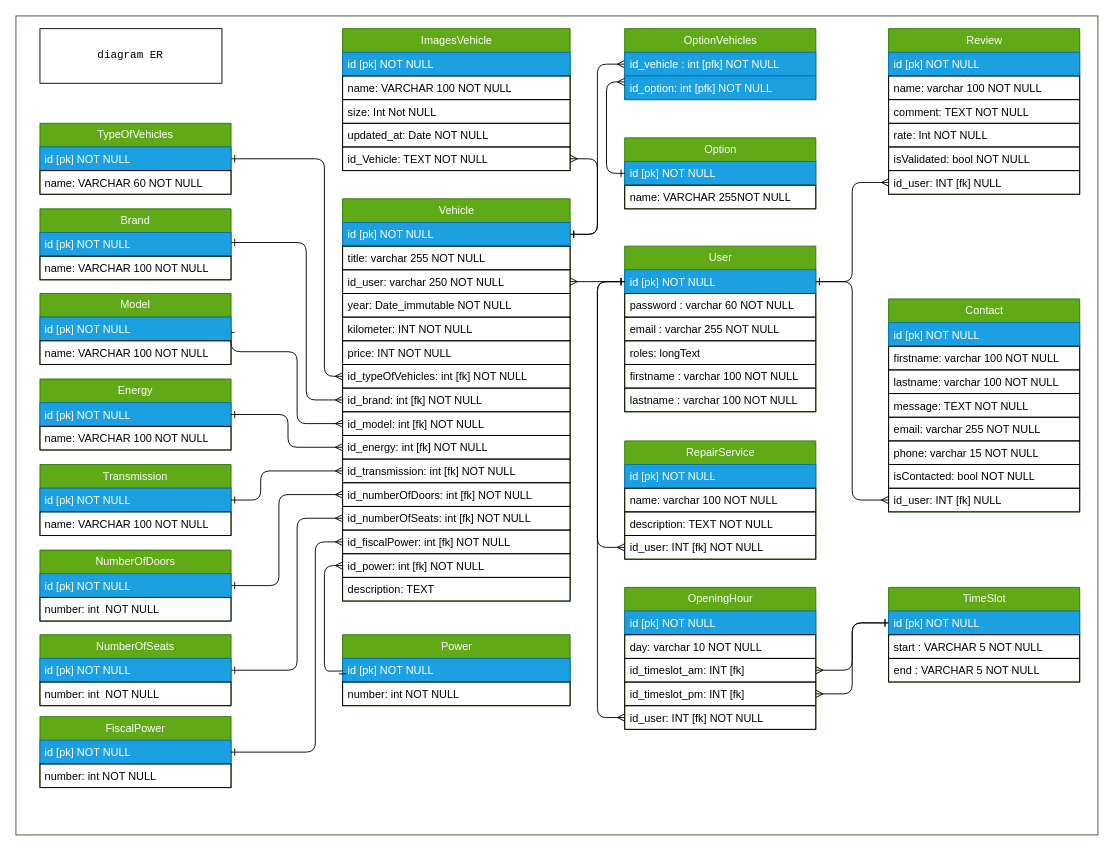
Above: documentations/DIO/diag-ER.dio in SandrineOrieux/Garage-V-Parrot (draw.io), before the change. Source tidied: cells renumbered, new cells numbered last; positions are measured from the earlier drawing's top-left corner, leaving out a move shared by most shapes. Both pictures are drawn from the tidied source at 91%, with x=0, y=0 at pixel (15, 15).
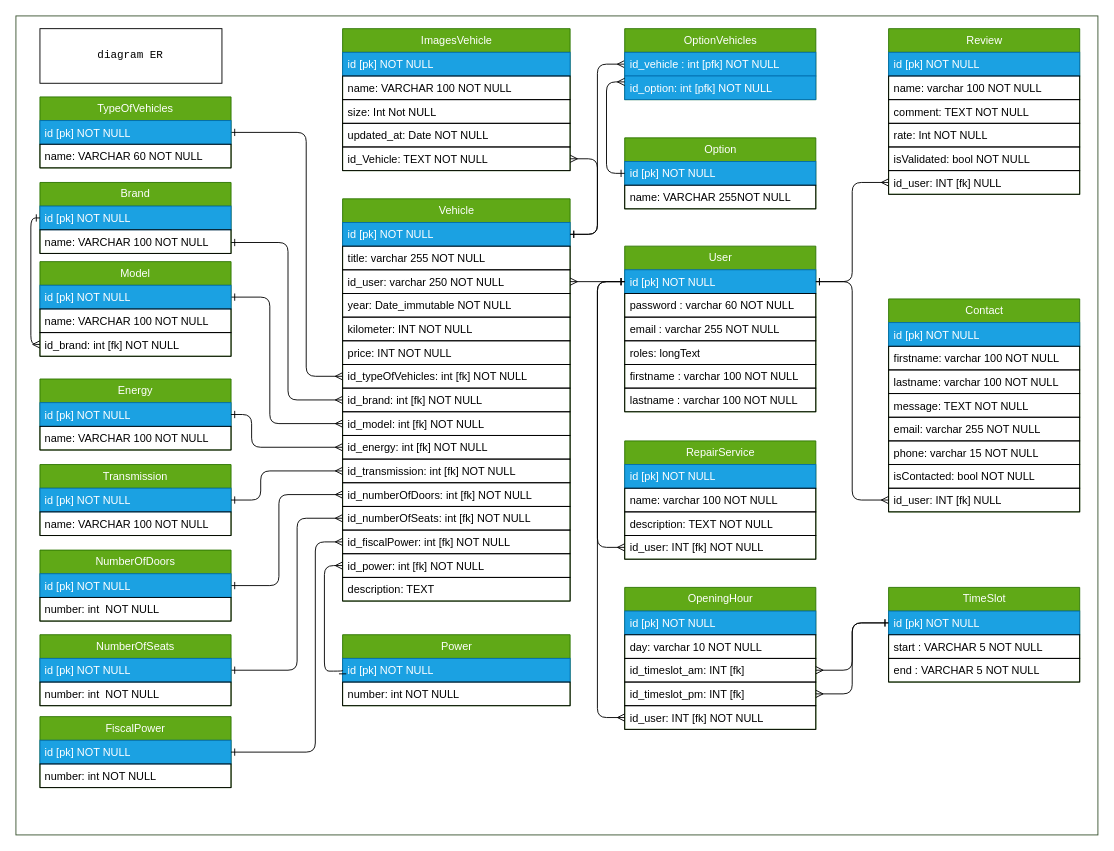
Above is the later version.

The change refers to these unchanged cells:
```xml
<mxCell id="34" value="id_typeOfVehicles: int [fk] NOT NULL&amp;nbsp;" style="text;strokeColor=#000000;fillColor=none;align=left;verticalAlign=top;spacingLeft=4;spacingRight=4;overflow=hidden;points=[[0,0.5],[1,0.5]];portConstraint=eastwest;whiteSpace=wrap;html=1;fontColor=#000000;" parent="27" vertex="1">
  <mxGeometry y="182" width="250" height="26" as="geometry" />
</mxCell>
<mxCell id="35" value="id_brand: int [fk] NOT NULL&amp;nbsp;" style="text;strokeColor=#000000;fillColor=none;align=left;verticalAlign=top;spacingLeft=4;spacingRight=4;overflow=hidden;points=[[0,0.5],[1,0.5]];portConstraint=eastwest;whiteSpace=wrap;html=1;fontColor=#000000;" parent="27" vertex="1">
  <mxGeometry y="208" width="250" height="26" as="geometry" />
</mxCell>
<mxCell id="36" value="id_model: int [fk] NOT NULL&amp;nbsp;" style="text;strokeColor=#000000;fillColor=none;align=left;verticalAlign=top;spacingLeft=4;spacingRight=4;overflow=hidden;points=[[0,0.5],[1,0.5]];portConstraint=eastwest;whiteSpace=wrap;html=1;fontColor=#000000;" parent="27" vertex="1">
  <mxGeometry y="234" width="250" height="26" as="geometry" />
</mxCell>
<mxCell id="37" value="id_energy: int [fk] NOT NULL" style="text;strokeColor=#000000;fillColor=none;align=left;verticalAlign=top;spacingLeft=4;spacingRight=4;overflow=hidden;points=[[0,0.5],[1,0.5]];portConstraint=eastwest;whiteSpace=wrap;html=1;fontColor=#000000;" parent="27" vertex="1">
  <mxGeometry y="260" width="250" height="26" as="geometry" />
</mxCell>
<mxCell id="50" value="id [pk] NOT NULL" style="text;strokeColor=#006EAF;fillColor=#1ba1e2;align=left;verticalAlign=top;spacingLeft=4;spacingRight=4;overflow=hidden;points=[[0,0.5],[1,0.5]];portConstraint=eastwest;whiteSpace=wrap;html=1;fontColor=#ffffff;" parent="49" vertex="1">
  <mxGeometry y="26" width="210" height="26" as="geometry" />
</mxCell>
<mxCell id="54" value="id [pk] NOT NULL" style="text;strokeColor=#006EAF;fillColor=#1ba1e2;align=left;verticalAlign=top;spacingLeft=4;spacingRight=4;overflow=hidden;points=[[0,0.5],[1,0.5]];portConstraint=eastwest;whiteSpace=wrap;html=1;fontColor=#ffffff;" parent="53" vertex="1">
  <mxGeometry y="26" width="210" height="26" as="geometry" />
</mxCell>
<mxCell id="60" value="id [pk] NOT NULL" style="text;strokeColor=#006EAF;fillColor=#1ba1e2;align=left;verticalAlign=top;spacingLeft=4;spacingRight=4;overflow=hidden;points=[[0,0.5],[1,0.5]];portConstraint=eastwest;whiteSpace=wrap;html=1;fontColor=#ffffff;" parent="59" vertex="1">
  <mxGeometry y="26" width="210" height="26" as="geometry" />
</mxCell>
```

Diff of the diagram source:
```diff
@@
-    <mxCell id="44" style="edgeStyle=orthogonalEdgeStyle;html=1;exitX=1;exitY=0.5;exitDx=0;exitDy=0;entryX=0;entryY=0.5;entryDx=0;entryDy=0;strokeColor=#000000;startArrow=ERone;startFill=0;endArrow=ERmany;endFill=0;" parent="1" edge="1" source="45" target="34">
+    <mxCell id="44" style="edgeStyle=orthogonalEdgeStyle;html=1;entryX=0;entryY=0.5;entryDx=0;entryDy=0;strokeColor=#000000;startArrow=ERone;startFill=0;endArrow=ERmany;endFill=0;exitX=1;exitY=0.5;exitDx=0;exitDy=0;" parent="1" edge="1" source="45" target="34">
       <mxGeometry relative="1" as="geometry">
         <Array as="points">
-          <mxPoint x="339" y="157" />
-          <mxPoint x="339" y="396" />
+          <mxPoint x="319" y="128" />
+          <mxPoint x="319" y="396" />
         </Array>
       </mxGeometry>
     </mxCell>
     <mxCell id="45" value="TypeOfVehicles" style="swimlane;fontStyle=0;horizontal=1;startSize=26;fillColor=#60a917;html=1;strokeColor=#2D7600;fontColor=#ffffff;" parent="1" vertex="1">
-      <mxGeometry x="26.4" y="118" width="210" height="78" as="geometry" />
+      <mxGeometry x="26.4" y="89" width="210" height="78" as="geometry" />
     </mxCell>
@@
     <mxCell id="48" style="edgeStyle=orthogonalEdgeStyle;html=1;entryX=0;entryY=0.5;entryDx=0;entryDy=0;strokeColor=#000000;startArrow=ERone;startFill=0;endArrow=ERmany;endFill=0;" parent="1" edge="1" source="49" target="35">
       <mxGeometry relative="1" as="geometry">
         <Array as="points">
-          <mxPoint x="319" y="249" />
-          <mxPoint x="319" y="422" />
+          <mxPoint x="299" y="249" />
+          <mxPoint x="299" y="422" />
         </Array>
       </mxGeometry>
     </mxCell>
     <mxCell id="49" value="Brand" style="swimlane;fontStyle=0;horizontal=1;startSize=26;fillColor=#60a917;html=1;strokeColor=#2D7600;fontColor=#ffffff;" parent="1" vertex="1">
-      <mxGeometry x="26.4" y="212" width="210" height="78" as="geometry" />
+      <mxGeometry x="26.4" y="183" width="210" height="78" as="geometry" />
     </mxCell>
@@
     <mxCell id="52" style="edgeStyle=orthogonalEdgeStyle;html=1;entryX=0;entryY=0.5;entryDx=0;entryDy=0;strokeColor=#000000;startArrow=ERone;startFill=0;endArrow=ERmany;endFill=0;exitX=1;exitY=0.5;exitDx=0;exitDy=0;" parent="1" edge="1" source="54" target="36">
       <mxGeometry relative="1" as="geometry">
         <Array as="points">
-          <mxPoint x="236" y="369" />
-          <mxPoint x="309" y="369" />
-          <mxPoint x="309" y="448" />
+          <mxPoint x="279" y="309" />
+          <mxPoint x="279" y="448" />
         </Array>
       </mxGeometry>
     </mxCell>
     <mxCell id="53" value="Model" style="swimlane;fontStyle=0;horizontal=1;startSize=26;fillColor=#60a917;html=1;strokeColor=#2D7600;fontColor=#ffffff;" parent="1" vertex="1">
-      <mxGeometry x="26.4" y="305" width="210" height="78" as="geometry" />
+      <mxGeometry x="26.4" y="270" width="210" height="104" as="geometry" />
     </mxCell>
@@
+    <mxCell id="117" value="id_brand: int [fk] NOT NULL&amp;nbsp;" style="text;strokeColor=#000000;fillColor=none;align=left;verticalAlign=top;spacingLeft=4;spacingRight=4;overflow=hidden;points=[[0,0.5],[1,0.5]];portConstraint=eastwest;whiteSpace=wrap;html=1;fontColor=#000000;" parent="53" vertex="1">
+      <mxGeometry y="78" width="210" height="26" as="geometry" />
+    </mxCell>
@@
     <mxCell id="100" style="edgeStyle=orthogonalEdgeStyle;html=1;entryX=0;entryY=0.5;entryDx=0;entryDy=0;strokeColor=#000000;startArrow=ERone;startFill=0;endArrow=ERmany;endFill=0;exitX=1;exitY=0.5;exitDx=0;exitDy=0;" parent="1" edge="1" source="60" target="37">
       <mxGeometry relative="1" as="geometry">
         <Array as="points">
-          <mxPoint x="299" y="438" />
-          <mxPoint x="299" y="474" />
+          <mxPoint x="259" y="438" />
+          <mxPoint x="259" y="474" />
         </Array>
       </mxGeometry>
     </mxCell>
@@
+    <mxCell id="118" style="edgeStyle=orthogonalEdgeStyle;html=1;entryX=0;entryY=0.5;entryDx=0;entryDy=0;strokeColor=#000000;startArrow=ERmany;startFill=0;endArrow=ERone;endFill=0;" parent="1" edge="1" source="117" target="50">
+      <mxGeometry relative="1" as="geometry" />
+    </mxCell>
```
